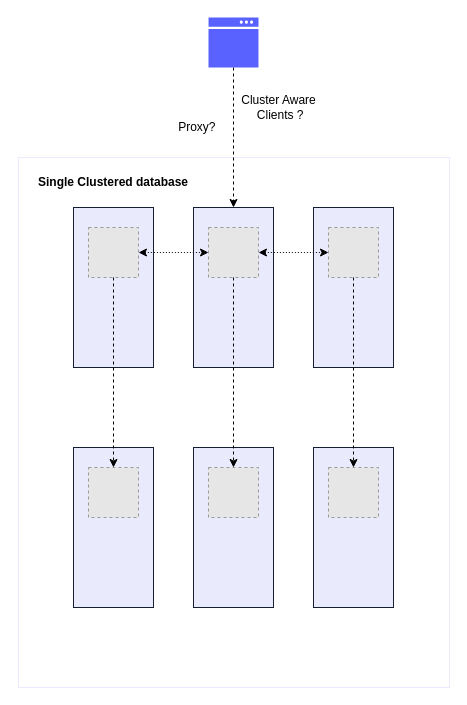
Before: page "OSS Cluster" (2 of 2) of Core_Redis.drawio in mar1boroman/architectures, a draw.io diagram. Source tidied: cells renumbered, new cells numbered last; positions are measured from the earlier drawing's top-left corner, leaving out a move shared by most shapes. Both pictures are drawn from the tidied source at 100%, with x=0, y=0 at pixel (18, 17). Pictures stored in the file or linked from it are replaced by grey dashed boxes.
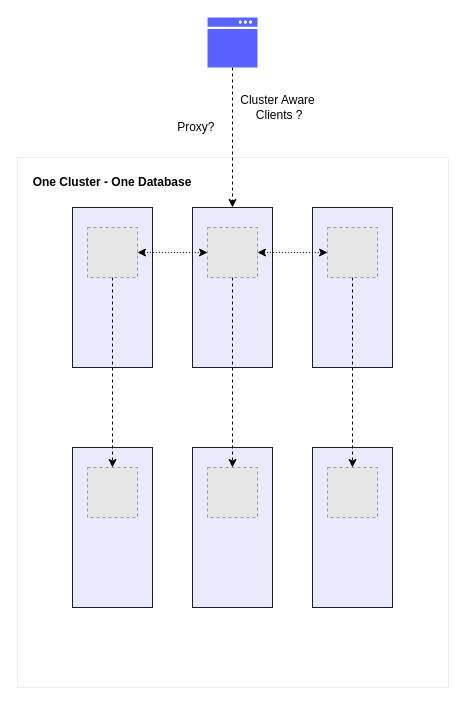
After the change.

Diff of the diagram source:
```diff
@@
+    <mxCell id="25" style="group;" parent="1" vertex="1">
+      <mxGeometry x="-1" width="431" height="670" as="geometry" />
+    </mxCell>
-    <mxCell id="2" style="rounded=0;whiteSpace=wrap;html=1;strokeColor=#E9EBFD;" parent="1" vertex="1">
+    <mxCell id="2" style="rounded=0;whiteSpace=wrap;html=1;strokeColor=#E9EBFD;" parent="25" vertex="1">
       <mxGeometry y="140" width="431" height="530" as="geometry" />
     </mxCell>
-    <mxCell id="3" style="rounded=0;whiteSpace=wrap;html=1;fillColor=#E9EBFD;fillStyle=auto;strokeColor=#161F31;glass=0;shadow=0;" parent="1" vertex="1">
+    <mxCell id="3" style="rounded=0;whiteSpace=wrap;html=1;fillColor=#E9EBFD;fillStyle=auto;strokeColor=#161F31;glass=0;shadow=0;" parent="25" vertex="1">
       <mxGeometry x="55" y="190" width="80" height="160" as="geometry" />
     </mxCell>
-    <mxCell id="4" style="fillColor=#E6E6E6;strokeColor=#999999;dashed=1;verticalLabelPosition=bottom;verticalAlign=top;" parent="1" vertex="1">
+    <mxCell id="4" style="fillColor=#E6E6E6;strokeColor=#999999;dashed=1;verticalLabelPosition=bottom;verticalAlign=top;" parent="25" vertex="1">
       <mxGeometry x="70" y="210" width="50" height="50" as="geometry" />
     </mxCell>
-    <mxCell id="5" style="rounded=0;whiteSpace=wrap;html=1;fillColor=#E9EBFD;fillStyle=auto;strokeColor=#161F31;glass=0;shadow=0;" parent="1" vertex="1">
+    <mxCell id="5" style="rounded=0;whiteSpace=wrap;html=1;fillColor=#E9EBFD;fillStyle=auto;strokeColor=#161F31;glass=0;shadow=0;" parent="25" vertex="1">
       <mxGeometry x="175" y="190" width="80" height="160" as="geometry" />
     </mxCell>
-    <mxCell id="6" style="fillColor=#E6E6E6;strokeColor=#999999;dashed=1;verticalLabelPosition=bottom;verticalAlign=top;" parent="1" vertex="1">
+    <mxCell id="6" style="fillColor=#E6E6E6;strokeColor=#999999;dashed=1;verticalLabelPosition=bottom;verticalAlign=top;" parent="25" vertex="1">
       <mxGeometry x="190" y="210" width="50" height="50" as="geometry" />
     </mxCell>
-    <mxCell id="7" style="rounded=0;whiteSpace=wrap;html=1;fillColor=#E9EBFD;fillStyle=auto;strokeColor=#161F31;glass=0;shadow=0;" parent="1" vertex="1">
+    <mxCell id="7" style="rounded=0;whiteSpace=wrap;html=1;fillColor=#E9EBFD;fillStyle=auto;strokeColor=#161F31;glass=0;shadow=0;" parent="25" vertex="1">
       <mxGeometry x="295" y="190" width="80" height="160" as="geometry" />
     </mxCell>
-    <mxCell id="8" style="fillColor=#E6E6E6;strokeColor=#999999;dashed=1;verticalLabelPosition=bottom;verticalAlign=top;" parent="1" vertex="1">
+    <mxCell id="8" style="fillColor=#E6E6E6;strokeColor=#999999;dashed=1;verticalLabelPosition=bottom;verticalAlign=top;" parent="25" vertex="1">
       <mxGeometry x="310" y="210" width="50" height="50" as="geometry" />
     </mxCell>
-    <mxCell id="9" style="rounded=0;whiteSpace=wrap;html=1;fillColor=#E9EBFD;fillStyle=auto;strokeColor=#161F31;glass=0;shadow=0;" parent="1" vertex="1">
+    <mxCell id="9" style="rounded=0;whiteSpace=wrap;html=1;fillColor=#E9EBFD;fillStyle=auto;strokeColor=#161F31;glass=0;shadow=0;" parent="25" vertex="1">
       <mxGeometry x="55" y="430" width="80" height="160" as="geometry" />
     </mxCell>
-    <mxCell id="10" style="fillColor=#E6E6E6;strokeColor=#999999;dashed=1;verticalLabelPosition=bottom;verticalAlign=top;" parent="1" vertex="1">
+    <mxCell id="10" style="fillColor=#E6E6E6;strokeColor=#999999;dashed=1;verticalLabelPosition=bottom;verticalAlign=top;" parent="25" vertex="1">
       <mxGeometry x="70" y="450" width="50" height="50" as="geometry" />
     </mxCell>
-    <mxCell id="11" style="rounded=0;whiteSpace=wrap;html=1;fillColor=#E9EBFD;fillStyle=auto;strokeColor=#161F31;glass=0;shadow=0;" parent="1" vertex="1">
+    <mxCell id="11" style="rounded=0;whiteSpace=wrap;html=1;fillColor=#E9EBFD;fillStyle=auto;strokeColor=#161F31;glass=0;shadow=0;" parent="25" vertex="1">
       <mxGeometry x="175" y="430" width="80" height="160" as="geometry" />
     </mxCell>
-    <mxCell id="12" style="fillColor=#E6E6E6;strokeColor=#999999;dashed=1;verticalLabelPosition=bottom;verticalAlign=top;" parent="1" vertex="1">
+    <mxCell id="12" style="fillColor=#E6E6E6;strokeColor=#999999;dashed=1;verticalLabelPosition=bottom;verticalAlign=top;" parent="25" vertex="1">
       <mxGeometry x="190" y="450" width="50" height="50" as="geometry" />
     </mxCell>
-    <mxCell id="13" style="rounded=0;whiteSpace=wrap;html=1;fillColor=#E9EBFD;fillStyle=auto;strokeColor=#161F31;glass=0;shadow=0;" parent="1" vertex="1">
+    <mxCell id="13" style="rounded=0;whiteSpace=wrap;html=1;fillColor=#E9EBFD;fillStyle=auto;strokeColor=#161F31;glass=0;shadow=0;" parent="25" vertex="1">
       <mxGeometry x="295" y="430" width="80" height="160" as="geometry" />
     </mxCell>
-    <mxCell id="14" style="fillColor=#E6E6E6;strokeColor=#999999;dashed=1;verticalLabelPosition=bottom;verticalAlign=top;" parent="1" vertex="1">
+    <mxCell id="14" style="fillColor=#E6E6E6;strokeColor=#999999;dashed=1;verticalLabelPosition=bottom;verticalAlign=top;" parent="25" vertex="1">
       <mxGeometry x="310" y="450" width="50" height="50" as="geometry" />
     </mxCell>
-    <mxCell id="15" style="edgeStyle=orthogonalEdgeStyle;rounded=0;jettySize=auto;html=1;exitX=0.5;exitY=1;exitDx=0;exitDy=0;entryX=0.5;entryY=0;entryDx=0;entryDy=0;dashed=1;flowAnimation=1;" parent="1" edge="1" source="4" target="10">
+    <mxCell id="15" style="edgeStyle=orthogonalEdgeStyle;rounded=0;jettySize=auto;html=1;exitX=0.5;exitY=1;exitDx=0;exitDy=0;entryX=0.5;entryY=0;entryDx=0;entryDy=0;dashed=1;flowAnimation=1;" parent="25" edge="1" source="4" target="10">
       <mxGeometry relative="1" as="geometry" />
     </mxCell>
-    <mxCell id="16" style="edgeStyle=orthogonalEdgeStyle;rounded=0;jettySize=auto;html=1;exitX=0.5;exitY=1;exitDx=0;exitDy=0;entryX=0.5;entryY=0;entryDx=0;entryDy=0;dashed=1;flowAnimation=1;" parent="1" edge="1" source="6" target="12">
+    <mxCell id="16" style="edgeStyle=orthogonalEdgeStyle;rounded=0;jettySize=auto;html=1;exitX=0.5;exitY=1;exitDx=0;exitDy=0;entryX=0.5;entryY=0;entryDx=0;entryDy=0;dashed=1;flowAnimation=1;" parent="25" edge="1" source="6" target="12">
       <mxGeometry relative="1" as="geometry" />
     </mxCell>
-    <mxCell id="17" style="edgeStyle=orthogonalEdgeStyle;rounded=0;jettySize=auto;html=1;exitX=0.5;exitY=1;exitDx=0;exitDy=0;dashed=1;flowAnimation=1;" parent="1" edge="1" source="8" target="14">
+    <mxCell id="17" style="edgeStyle=orthogonalEdgeStyle;rounded=0;jettySize=auto;html=1;exitX=0.5;exitY=1;exitDx=0;exitDy=0;dashed=1;flowAnimation=1;" parent="25" edge="1" source="8" target="14">
       <mxGeometry relative="1" as="geometry" />
     </mxCell>
-    <mxCell id="18" style="edgeStyle=orthogonalEdgeStyle;rounded=0;jettySize=auto;html=1;exitX=1;exitY=0.5;exitDx=0;exitDy=0;entryX=0;entryY=0.5;entryDx=0;entryDy=0;startArrow=classic;startFill=1;dashed=1;dashPattern=1 2;flowAnimation=1;" parent="1" edge="1" source="4" target="6">
+    <mxCell id="18" style="edgeStyle=orthogonalEdgeStyle;rounded=0;jettySize=auto;html=1;exitX=1;exitY=0.5;exitDx=0;exitDy=0;entryX=0;entryY=0.5;entryDx=0;entryDy=0;startArrow=classic;startFill=1;dashed=1;dashPattern=1 2;flowAnimation=1;" parent="25" edge="1" source="4" target="6">
       <mxGeometry relative="1" as="geometry" />
     </mxCell>
-    <mxCell id="19" style="edgeStyle=orthogonalEdgeStyle;rounded=0;jettySize=auto;html=1;exitX=1;exitY=0.5;exitDx=0;exitDy=0;startArrow=classic;startFill=1;dashed=1;dashPattern=1 2;flowAnimation=1;" parent="1" edge="1" source="6" target="8">
+    <mxCell id="19" style="edgeStyle=orthogonalEdgeStyle;rounded=0;jettySize=auto;html=1;exitX=1;exitY=0.5;exitDx=0;exitDy=0;startArrow=classic;startFill=1;dashed=1;dashPattern=1 2;flowAnimation=1;" parent="25" edge="1" source="6" target="8">
       <mxGeometry relative="1" as="geometry" />
     </mxCell>
-    <mxCell id="20" value="Single Clustered database" style="text;html=1;align=center;verticalAlign=middle;whiteSpace=wrap;rounded=0;fontStyle=1;" parent="1" vertex="1">
+    <mxCell id="20" value="One Cluster - One Database" style="text;html=1;align=center;verticalAlign=middle;whiteSpace=wrap;rounded=0;fontStyle=1;" parent="25" vertex="1">
       <mxGeometry x="5" y="150" width="180" height="30" as="geometry" />
     </mxCell>
-    <mxCell id="21" style="edgeStyle=orthogonalEdgeStyle;rounded=0;jettySize=auto;html=1;dashed=1;flowAnimation=1;" parent="1" edge="1" source="22" target="5">
+    <mxCell id="21" style="edgeStyle=orthogonalEdgeStyle;rounded=0;jettySize=auto;html=1;dashed=1;flowAnimation=1;" parent="25" edge="1" source="22" target="5">
       <mxGeometry relative="1" as="geometry" />
     </mxCell>
-    <mxCell id="22" style="sketch=0;shadow=0;dashed=0;html=1;strokeColor=none;fillColor=#5961FF;labelPosition=center;verticalLabelPosition=bottom;verticalAlign=top;align=center;outlineConnect=0;shape=mxgraph.veeam2.interface_console;" parent="1" vertex="1">
+    <mxCell id="22" style="sketch=0;shadow=0;dashed=0;html=1;strokeColor=none;fillColor=#5961FF;labelPosition=center;verticalLabelPosition=bottom;verticalAlign=top;align=center;outlineConnect=0;shape=mxgraph.veeam2.interface_console;" parent="25" vertex="1">
       <mxGeometry x="190" width="50" height="50" as="geometry" />
     </mxCell>
-    <mxCell id="23" value="Proxy?&amp;nbsp;" style="text;strokeColor=none;fillColor=none;html=1;fontSize=12;fontStyle=0;verticalAlign=middle;align=center;" parent="1" vertex="1">
+    <mxCell id="23" value="Proxy?&amp;nbsp;" style="text;strokeColor=none;fillColor=none;html=1;fontSize=12;fontStyle=0;verticalAlign=middle;align=center;" parent="25" vertex="1">
       <mxGeometry x="145" y="90" width="70" height="40" as="geometry" />
     </mxCell>
-    <mxCell id="24" value="Cluster Aware&lt;br style=&quot;font-size: 12px;&quot;&gt;&amp;nbsp;Clients ?" style="text;strokeColor=none;fillColor=none;html=1;fontSize=12;fontStyle=0;verticalAlign=middle;align=center;" parent="1" vertex="1">
+    <mxCell id="24" value="Cluster Aware&lt;br style=&quot;font-size: 12px;&quot;&gt;&amp;nbsp;Clients ?" style="text;strokeColor=none;fillColor=none;html=1;fontSize=12;fontStyle=0;verticalAlign=middle;align=center;" parent="25" vertex="1">
       <mxGeometry x="225" y="70" width="70" height="40" as="geometry" />
     </mxCell>
```
